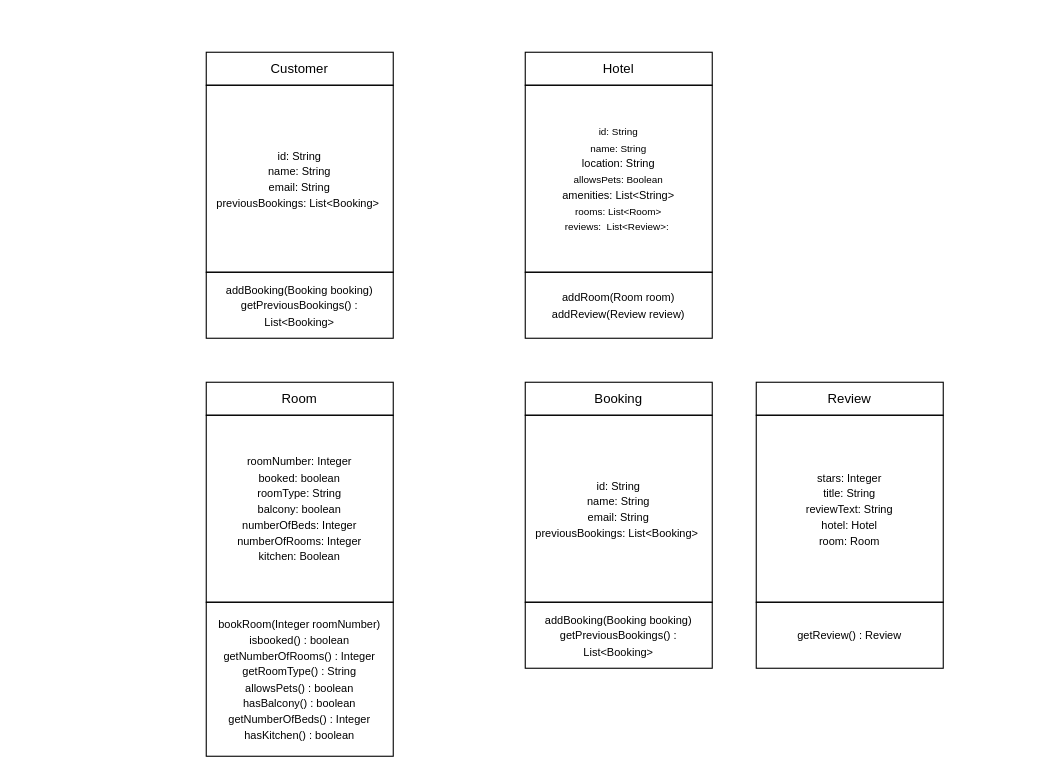
Before: V2/Domain module.drawio in rthor997/HBV401G-Throun_hugbunathar, a draw.io diagram. Source tidied: cells renumbered, new cells numbered last; positions are measured from the earlier drawing's top-left corner, leaving out a move shared by most shapes. Both pictures are drawn from the tidied source at 110%, with x=0, y=0 at pixel (206, 52).
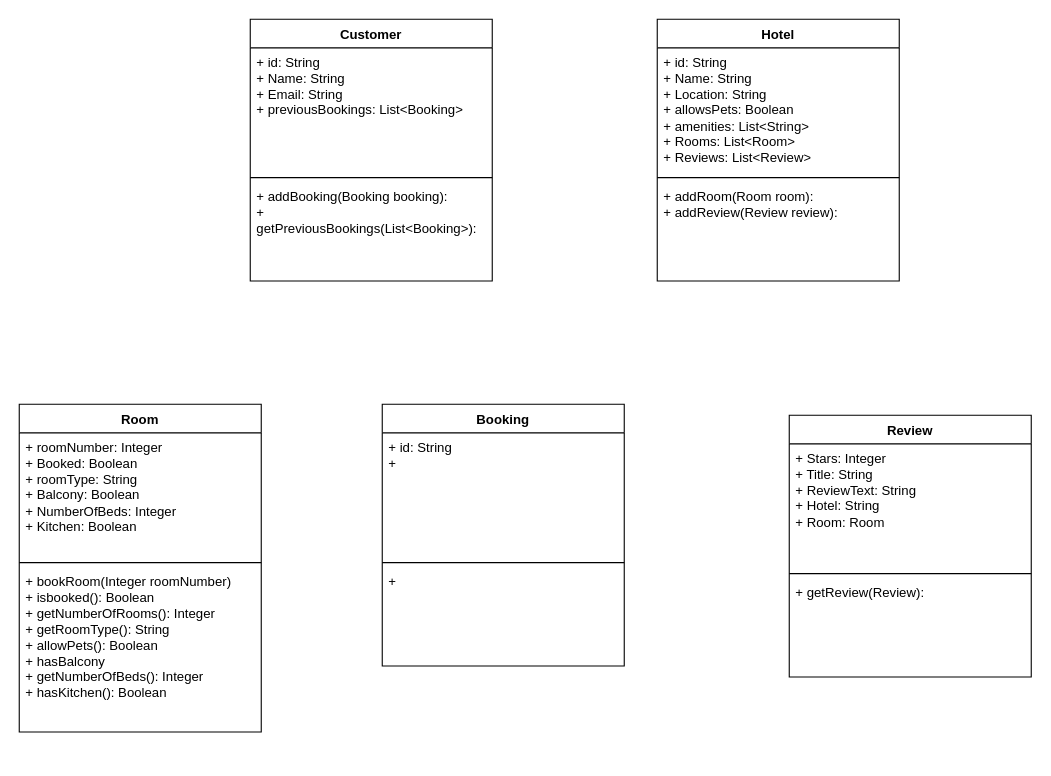
The same diagram, later.

Commit message:
Breyta uppsetningu

The edit, as a diff of the source:
```diff
@@
-    <mxCell id="2" value="&lt;font style=&quot;font-size: 10px;&quot;&gt;id: String&lt;/font&gt;&lt;div&gt;&lt;font style=&quot;font-size: 10px;&quot;&gt;&lt;font style=&quot;&quot;&gt;name: String&lt;/font&gt;&lt;br&gt;&lt;/font&gt;&lt;div&gt;&lt;font style=&quot;font-size: 10px;&quot;&gt;email: String&lt;/font&gt;&lt;/div&gt;&lt;div&gt;&lt;font style=&quot;font-size: 10px;&quot;&gt;&lt;span style=&quot;background-color: transparent; color: light-dark(rgb(0, 0, 0), rgb(255, 255, 255));&quot;&gt;previousBookings: List&amp;lt;Booking&amp;gt;&lt;/span&gt;&amp;nbsp;&lt;/font&gt;&lt;/div&gt;&lt;/div&gt;" style="whiteSpace=wrap;html=1;" parent="1" vertex="1">
-      <mxGeometry y="30" width="170" height="170" as="geometry" />
-    </mxCell>
-    <mxCell id="3" value="Customer" style="text;html=1;whiteSpace=wrap;strokeColor=default;fillColor=none;align=center;verticalAlign=middle;rounded=0;" parent="1" vertex="1">
-      <mxGeometry width="170" height="30" as="geometry" />
+    <mxCell id="3" value="Customer" style="swimlane;fontStyle=1;align=center;verticalAlign=top;horizontal=1;startSize=26;whiteSpace=wrap;html=1;" parent="1" vertex="1">
+      <mxGeometry x="40" y="-30" width="220" height="238" as="geometry" />
     </mxCell>
-    <mxCell id="4" value="&lt;font face=&quot;Helvetica&quot; style=&quot;font-size: 10px;&quot;&gt;addBooking(Booking booking)&lt;/font&gt;&lt;div&gt;&lt;font style=&quot;font-size: 10px;&quot; face=&quot;Helvetica&quot;&gt;getPreviousBookings() : List&amp;lt;Booking&amp;gt;&lt;/font&gt;&lt;span style=&quot;font-family: monospace; font-size: 9px;&quot;&gt;&lt;/span&gt;&lt;/div&gt;" style="text;html=1;whiteSpace=wrap;strokeColor=default;fillColor=none;align=center;verticalAlign=middle;rounded=0;" parent="1" vertex="1">
-      <mxGeometry y="200" width="170" height="60" as="geometry" />
-    </mxCell>
-    <mxCell id="5" value="&lt;font style=&quot;font-size: 9px;&quot;&gt;id: String&lt;/font&gt;&lt;div&gt;&lt;font style=&quot;&quot;&gt;&lt;font style=&quot;font-size: 9px;&quot;&gt;name: String&lt;/font&gt;&lt;/font&gt;&lt;/div&gt;&lt;div&gt;&lt;font style=&quot;&quot;&gt;&lt;font size=&quot;1&quot;&gt;location: String&lt;/font&gt;&lt;/font&gt;&lt;/div&gt;&lt;div&gt;&lt;font style=&quot;font-size: 9px;&quot;&gt;allowsPets: Boolean&lt;/font&gt;&lt;/div&gt;&lt;div&gt;&lt;font style=&quot;&quot;&gt;&lt;font size=&quot;1&quot;&gt;amenities: List&amp;lt;String&amp;gt;&lt;br&gt;&lt;/font&gt;&lt;/font&gt;&lt;div&gt;&lt;font style=&quot;font-size: 9px;&quot;&gt;rooms: List&amp;lt;Room&amp;gt;&lt;/font&gt;&lt;/div&gt;&lt;div&gt;&lt;font style=&quot;font-size: 9px;&quot;&gt;&lt;span style=&quot;background-color: transparent; color: light-dark(rgb(0, 0, 0), rgb(255, 255, 255));&quot;&gt;reviews:&amp;nbsp; List&amp;lt;Review&amp;gt;&lt;/span&gt;:&amp;nbsp;&lt;/font&gt;&lt;/div&gt;&lt;/div&gt;" style="whiteSpace=wrap;html=1;" parent="1" vertex="1">
-      <mxGeometry x="290" y="30" width="170" height="170" as="geometry" />
-    </mxCell>
+    <mxCell id="17" value="+ id: String&lt;div&gt;+ Name: String&lt;/div&gt;&lt;div&gt;+ Email: String&lt;/div&gt;&lt;div&gt;&lt;span style=&quot;background-color: transparent; color: light-dark(rgb(0, 0, 0), rgb(255, 255, 255));&quot;&gt;+&lt;/span&gt;&lt;span style=&quot;background-color: transparent; color: light-dark(rgb(0, 0, 0), rgb(255, 255, 255));&quot;&gt;&amp;nbsp;&lt;/span&gt;previousBookings: List&amp;lt;Booking&amp;gt;&lt;/div&gt;" style="text;strokeColor=none;fillColor=none;align=left;verticalAlign=top;spacingLeft=4;spacingRight=4;overflow=hidden;whiteSpace=wrap;html=1;" parent="3" vertex="1">
+      <mxGeometry y="26" width="220" height="114" as="geometry" />
+    </mxCell>
+    <mxCell id="18" style="line;strokeWidth=1;fillColor=none;align=left;verticalAlign=middle;spacingTop=-1;spacingLeft=3;spacingRight=3;labelPosition=right;strokeColor=inherit;" parent="3" vertex="1">
+      <mxGeometry y="140" width="220" height="8" as="geometry" />
+    </mxCell>
+    <mxCell id="19" value="+ addBooking(Booking booking):&lt;br&gt;&lt;div&gt;+ getPreviousBookings(&lt;span style=&quot;background-color: transparent; color: light-dark(rgb(0, 0, 0), rgb(255, 255, 255));&quot;&gt;List&amp;lt;Booking&amp;gt;&lt;/span&gt;&lt;span style=&quot;background-color: transparent; color: light-dark(rgb(0, 0, 0), rgb(255, 255, 255));&quot;&gt;):&amp;nbsp;&lt;/span&gt;&lt;/div&gt;" style="text;strokeColor=none;fillColor=none;align=left;verticalAlign=top;spacingLeft=4;spacingRight=4;overflow=hidden;whiteSpace=wrap;html=1;" parent="3" vertex="1">
+      <mxGeometry y="148" width="220" height="90" as="geometry" />
+    </mxCell>
-    <mxCell id="6" value="Hotel" style="text;html=1;whiteSpace=wrap;strokeColor=default;fillColor=none;align=center;verticalAlign=middle;rounded=0;" parent="1" vertex="1">
-      <mxGeometry x="290" width="170" height="30" as="geometry" />
+    <mxCell id="6" value="Hotel" style="swimlane;fontStyle=1;align=center;verticalAlign=top;horizontal=1;startSize=26;whiteSpace=wrap;html=1;" parent="1" vertex="1">
+      <mxGeometry x="410" y="-30" width="220" height="238" as="geometry" />
     </mxCell>
-    <mxCell id="7" value="&lt;font face=&quot;Helvetica&quot; style=&quot;font-size: 10px;&quot;&gt;addRoom(Room room)&lt;/font&gt;&lt;div&gt;&lt;font size=&quot;1&quot; face=&quot;Helvetica&quot;&gt;addReview(Review review)&lt;/font&gt;&lt;/div&gt;" style="text;html=1;whiteSpace=wrap;strokeColor=default;fillColor=none;align=center;verticalAlign=middle;rounded=0;" parent="1" vertex="1">
-      <mxGeometry x="290" y="200" width="170" height="60" as="geometry" />
-    </mxCell>
-    <mxCell id="8" value="&lt;font style=&quot;font-size: 10px;&quot;&gt;roomNumber: Integer&lt;/font&gt;&lt;div&gt;&lt;font style=&quot;font-size: 10px;&quot;&gt;&lt;font style=&quot;&quot;&gt;booked: boolean&lt;/font&gt;&lt;br&gt;&lt;/font&gt;&lt;div&gt;&lt;font style=&quot;font-size: 10px;&quot;&gt;roomType: String&lt;/font&gt;&lt;/div&gt;&lt;div&gt;&lt;span style=&quot;font-size: 10px;&quot;&gt;balcony: boolean&lt;/span&gt;&lt;/div&gt;&lt;/div&gt;&lt;div&gt;&lt;span style=&quot;font-size: 10px;&quot;&gt;numberOfBeds: Integer&lt;/span&gt;&lt;/div&gt;&lt;div&gt;&lt;span style=&quot;font-size: 10px;&quot;&gt;numberOfRooms: Integer&lt;/span&gt;&lt;/div&gt;&lt;div&gt;&lt;span style=&quot;font-size: 10px;&quot;&gt;kitchen: Boolean&lt;/span&gt;&lt;/div&gt;" style="whiteSpace=wrap;html=1;" parent="1" vertex="1">
-      <mxGeometry y="330" width="170" height="170" as="geometry" />
-    </mxCell>
+    <mxCell id="20" value="+ id: String&lt;div&gt;+ Name: String&lt;/div&gt;&lt;div&gt;+ Location: String&lt;/div&gt;&lt;div&gt;+ allowsPets: Boolean&lt;/div&gt;&lt;div&gt;+ amenities: List&amp;lt;String&amp;gt;&lt;/div&gt;&lt;div&gt;+ Rooms: List&amp;lt;Room&amp;gt;&lt;/div&gt;&lt;div&gt;+ Reviews: List&amp;lt;Review&amp;gt;&lt;/div&gt;&lt;div&gt;&lt;br&gt;&lt;/div&gt;" style="text;strokeColor=none;fillColor=none;align=left;verticalAlign=top;spacingLeft=4;spacingRight=4;overflow=hidden;whiteSpace=wrap;html=1;" parent="6" vertex="1">
+      <mxGeometry y="26" width="220" height="114" as="geometry" />
+    </mxCell>
+    <mxCell id="21" style="line;strokeWidth=1;fillColor=none;align=left;verticalAlign=middle;spacingTop=-1;spacingLeft=3;spacingRight=3;labelPosition=right;strokeColor=inherit;" parent="6" vertex="1">
+      <mxGeometry y="140" width="220" height="8" as="geometry" />
+    </mxCell>
+    <mxCell id="22" value="+ addRoom(Room room):&amp;nbsp;&lt;div&gt;+ addReview(&lt;span style=&quot;background-color: transparent; color: light-dark(rgb(0, 0, 0), rgb(255, 255, 255));&quot;&gt;Review review&lt;/span&gt;&lt;span style=&quot;background-color: transparent; color: light-dark(rgb(0, 0, 0), rgb(255, 255, 255));&quot;&gt;):&lt;/span&gt;&lt;/div&gt;" style="text;strokeColor=none;fillColor=none;align=left;verticalAlign=top;spacingLeft=4;spacingRight=4;overflow=hidden;whiteSpace=wrap;html=1;" parent="6" vertex="1">
+      <mxGeometry y="148" width="220" height="90" as="geometry" />
+    </mxCell>
+    <mxCell id="15" value="Review" style="swimlane;fontStyle=1;align=center;verticalAlign=top;horizontal=1;startSize=26;whiteSpace=wrap;html=1;" parent="1" vertex="1">
+      <mxGeometry x="530" y="330" width="220" height="238" as="geometry" />
+    </mxCell>
+    <mxCell id="23" value="+ Stars: Integer&lt;div&gt;+ Title: String&lt;/div&gt;&lt;div&gt;+ ReviewText: String&lt;/div&gt;&lt;div&gt;+ Hotel: String&lt;/div&gt;&lt;div&gt;+ Room: Room&lt;/div&gt;&lt;div&gt;&lt;br&gt;&lt;/div&gt;&lt;div&gt;&lt;br&gt;&lt;/div&gt;" style="text;strokeColor=none;fillColor=none;align=left;verticalAlign=top;spacingLeft=4;spacingRight=4;overflow=hidden;whiteSpace=wrap;html=1;" parent="15" vertex="1">
+      <mxGeometry y="26" width="220" height="114" as="geometry" />
+    </mxCell>
+    <mxCell id="24" style="line;strokeWidth=1;fillColor=none;align=left;verticalAlign=middle;spacingTop=-1;spacingLeft=3;spacingRight=3;labelPosition=right;strokeColor=inherit;" parent="15" vertex="1">
+      <mxGeometry y="140" width="220" height="8" as="geometry" />
+    </mxCell>
+    <mxCell id="25" value="+ getReview(Review):&lt;div&gt;&lt;br&gt;&lt;/div&gt;" style="text;strokeColor=none;fillColor=none;align=left;verticalAlign=top;spacingLeft=4;spacingRight=4;overflow=hidden;whiteSpace=wrap;html=1;" parent="15" vertex="1">
+      <mxGeometry y="148" width="220" height="90" as="geometry" />
+    </mxCell>
+    <mxCell id="12" value="Booking" style="swimlane;fontStyle=1;align=center;verticalAlign=top;horizontal=1;startSize=26;whiteSpace=wrap;html=1;" parent="1" vertex="1">
+      <mxGeometry x="160" y="320" width="220" height="238" as="geometry" />
+    </mxCell>
+    <mxCell id="26" value="+ id: String&lt;div&gt;+&amp;nbsp;&lt;/div&gt;&lt;div&gt;&lt;br&gt;&lt;/div&gt;&lt;div&gt;&lt;br&gt;&lt;/div&gt;" style="text;strokeColor=none;fillColor=none;align=left;verticalAlign=top;spacingLeft=4;spacingRight=4;overflow=hidden;whiteSpace=wrap;html=1;" parent="12" vertex="1">
+      <mxGeometry y="26" width="220" height="114" as="geometry" />
+    </mxCell>
+    <mxCell id="27" style="line;strokeWidth=1;fillColor=none;align=left;verticalAlign=middle;spacingTop=-1;spacingLeft=3;spacingRight=3;labelPosition=right;strokeColor=inherit;" parent="12" vertex="1">
+      <mxGeometry y="140" width="220" height="8" as="geometry" />
+    </mxCell>
+    <mxCell id="28" value="+&amp;nbsp;&lt;div&gt;&lt;div&gt;&lt;br&gt;&lt;/div&gt;&lt;div&gt;&lt;br&gt;&lt;/div&gt;&lt;/div&gt;" style="text;strokeColor=none;fillColor=none;align=left;verticalAlign=top;spacingLeft=4;spacingRight=4;overflow=hidden;whiteSpace=wrap;html=1;" parent="12" vertex="1">
+      <mxGeometry y="148" width="220" height="90" as="geometry" />
+    </mxCell>
-    <mxCell id="9" value="Room" style="text;html=1;whiteSpace=wrap;strokeColor=default;fillColor=none;align=center;verticalAlign=middle;rounded=0;" parent="1" vertex="1">
-      <mxGeometry y="300" width="170" height="30" as="geometry" />
+    <mxCell id="9" value="Room" style="swimlane;fontStyle=1;align=center;verticalAlign=top;horizontal=1;startSize=26;whiteSpace=wrap;html=1;" parent="1" vertex="1">
+      <mxGeometry x="-170" y="320" width="220" height="298" as="geometry" />
     </mxCell>
-    <mxCell id="10" value="&lt;font face=&quot;Helvetica&quot; style=&quot;font-size: 10px;&quot;&gt;bookRoom(Integer roomNumber)&lt;/font&gt;&lt;div&gt;&lt;font style=&quot;font-size: 10px;&quot; face=&quot;Helvetica&quot;&gt;isbooked() : boolean&lt;/font&gt;&lt;span style=&quot;font-family: monospace; font-size: 9px;&quot;&gt;&lt;/span&gt;&lt;/div&gt;&lt;div&gt;&lt;font style=&quot;font-size: 10px;&quot; face=&quot;Helvetica&quot;&gt;getNumberOfRooms() : Integer&lt;/font&gt;&lt;/div&gt;&lt;div&gt;&lt;span style=&quot;font-size: 10px;&quot;&gt;getRoomType() : String&lt;/span&gt;&lt;/div&gt;&lt;div&gt;&lt;span style=&quot;font-size: 10px;&quot;&gt;allowsPets() : boolean&lt;/span&gt;&lt;/div&gt;&lt;div&gt;&lt;span style=&quot;font-size: 10px;&quot;&gt;hasBalcony() : boolean&lt;/span&gt;&lt;/div&gt;&lt;div&gt;&lt;span style=&quot;font-size: 10px;&quot;&gt;getNumberOfBeds() : Integer&lt;/span&gt;&lt;/div&gt;&lt;div&gt;&lt;span style=&quot;font-size: 10px;&quot;&gt;hasKitchen() : boolean&lt;/span&gt;&lt;/div&gt;" style="text;html=1;whiteSpace=wrap;strokeColor=default;fillColor=none;align=center;verticalAlign=middle;rounded=0;" parent="1" vertex="1">
-      <mxGeometry y="500" width="170" height="140" as="geometry" />
-    </mxCell>
-    <mxCell id="11" value="&lt;font style=&quot;font-size: 10px;&quot;&gt;id: String&lt;/font&gt;&lt;div&gt;&lt;font style=&quot;font-size: 10px;&quot;&gt;&lt;font style=&quot;&quot;&gt;name: String&lt;/font&gt;&lt;br&gt;&lt;/font&gt;&lt;div&gt;&lt;font style=&quot;font-size: 10px;&quot;&gt;email: String&lt;/font&gt;&lt;/div&gt;&lt;div&gt;&lt;font style=&quot;font-size: 10px;&quot;&gt;&lt;span style=&quot;background-color: transparent; color: light-dark(rgb(0, 0, 0), rgb(255, 255, 255));&quot;&gt;previousBookings: List&amp;lt;Booking&amp;gt;&lt;/span&gt;&amp;nbsp;&lt;/font&gt;&lt;/div&gt;&lt;/div&gt;" style="whiteSpace=wrap;html=1;" parent="1" vertex="1">
-      <mxGeometry x="290" y="330" width="170" height="170" as="geometry" />
-    </mxCell>
-    <mxCell id="12" value="Booking" style="text;html=1;whiteSpace=wrap;strokeColor=default;fillColor=none;align=center;verticalAlign=middle;rounded=0;" parent="1" vertex="1">
-      <mxGeometry x="290" y="300" width="170" height="30" as="geometry" />
-    </mxCell>
-    <mxCell id="13" value="&lt;font face=&quot;Helvetica&quot; style=&quot;font-size: 10px;&quot;&gt;addBooking(Booking booking)&lt;/font&gt;&lt;div&gt;&lt;font style=&quot;font-size: 10px;&quot; face=&quot;Helvetica&quot;&gt;getPreviousBookings() : List&amp;lt;Booking&amp;gt;&lt;/font&gt;&lt;span style=&quot;font-family: monospace; font-size: 9px;&quot;&gt;&lt;/span&gt;&lt;/div&gt;" style="text;html=1;whiteSpace=wrap;strokeColor=default;fillColor=none;align=center;verticalAlign=middle;rounded=0;" parent="1" vertex="1">
-      <mxGeometry x="290" y="500" width="170" height="60" as="geometry" />
-    </mxCell>
-    <mxCell id="14" value="&lt;font style=&quot;font-size: 10px;&quot;&gt;stars: Integer&lt;/font&gt;&lt;div&gt;&lt;font style=&quot;font-size: 10px;&quot;&gt;&lt;font style=&quot;&quot;&gt;title: String&lt;/font&gt;&lt;br&gt;&lt;/font&gt;&lt;div&gt;&lt;font style=&quot;font-size: 10px;&quot;&gt;reviewText: String&lt;/font&gt;&lt;/div&gt;&lt;div&gt;&lt;span style=&quot;font-size: 10px;&quot;&gt;hotel: Hotel&lt;/span&gt;&lt;/div&gt;&lt;/div&gt;&lt;div&gt;&lt;span style=&quot;font-size: 10px;&quot;&gt;room: Room&lt;/span&gt;&lt;/div&gt;" style="whiteSpace=wrap;html=1;" parent="1" vertex="1">
-      <mxGeometry x="500" y="330" width="170" height="170" as="geometry" />
-    </mxCell>
-    <mxCell id="15" value="Review" style="text;html=1;whiteSpace=wrap;strokeColor=default;fillColor=none;align=center;verticalAlign=middle;rounded=0;" parent="1" vertex="1">
-      <mxGeometry x="500" y="300" width="170" height="30" as="geometry" />
-    </mxCell>
-    <mxCell id="16" value="&lt;span style=&quot;font-size: 10px;&quot;&gt;getReview() : Review&lt;/span&gt;" style="text;html=1;whiteSpace=wrap;strokeColor=default;fillColor=none;align=center;verticalAlign=middle;rounded=0;" parent="1" vertex="1">
-      <mxGeometry x="500" y="500" width="170" height="60" as="geometry" />
-    </mxCell>
+    <mxCell id="29" value="+ roomNumber: Integer&lt;div&gt;+ Booked: Boolean&lt;/div&gt;&lt;div&gt;+ roomType: String&lt;/div&gt;&lt;div&gt;+ Balcony: Boolean&lt;/div&gt;&lt;div&gt;+ NumberOfBeds: Integer&lt;/div&gt;&lt;div&gt;+ Kitchen: Boolean&lt;/div&gt;&lt;div&gt;&lt;br&gt;&lt;/div&gt;&lt;div&gt;&lt;br&gt;&lt;/div&gt;" style="text;strokeColor=none;fillColor=none;align=left;verticalAlign=top;spacingLeft=4;spacingRight=4;overflow=hidden;whiteSpace=wrap;html=1;" parent="9" vertex="1">
+      <mxGeometry y="26" width="220" height="114" as="geometry" />
+    </mxCell>
+    <mxCell id="30" style="line;strokeWidth=1;fillColor=none;align=left;verticalAlign=middle;spacingTop=-1;spacingLeft=3;spacingRight=3;labelPosition=right;strokeColor=inherit;" parent="9" vertex="1">
+      <mxGeometry y="140" width="220" height="8" as="geometry" />
+    </mxCell>
+    <mxCell id="31" value="+ bookRoom(Integer roomNumber)&lt;div&gt;+ isbooked(): Boolean&lt;/div&gt;&lt;div&gt;&lt;span style=&quot;background-color: transparent; color: light-dark(rgb(0, 0, 0), rgb(255, 255, 255));&quot;&gt;+&amp;nbsp;&lt;/span&gt;getNumberOfRooms(): Integer&lt;/div&gt;&lt;div&gt;&lt;span style=&quot;background-color: transparent; color: light-dark(rgb(0, 0, 0), rgb(255, 255, 255));&quot;&gt;+&amp;nbsp;&lt;/span&gt;getRoomType(): String&lt;/div&gt;&lt;div&gt;&lt;span style=&quot;background-color: transparent; color: light-dark(rgb(0, 0, 0), rgb(255, 255, 255));&quot;&gt;+&amp;nbsp;&lt;/span&gt;allowPets(): Boolean&lt;/div&gt;&lt;div&gt;+ hasBalcony&lt;/div&gt;&lt;div&gt;+ getNumberOfBeds(): Integer&lt;/div&gt;&lt;div&gt;+ hasKitchen(): Boolean&lt;/div&gt;&lt;div&gt;&lt;br&gt;&lt;div&gt;&lt;br&gt;&lt;/div&gt;&lt;div&gt;&lt;br&gt;&lt;/div&gt;&lt;/div&gt;" style="text;strokeColor=none;fillColor=none;align=left;verticalAlign=top;spacingLeft=4;spacingRight=4;overflow=hidden;whiteSpace=wrap;html=1;" parent="9" vertex="1">
+      <mxGeometry y="148" width="220" height="150" as="geometry" />
+    </mxCell>
```
